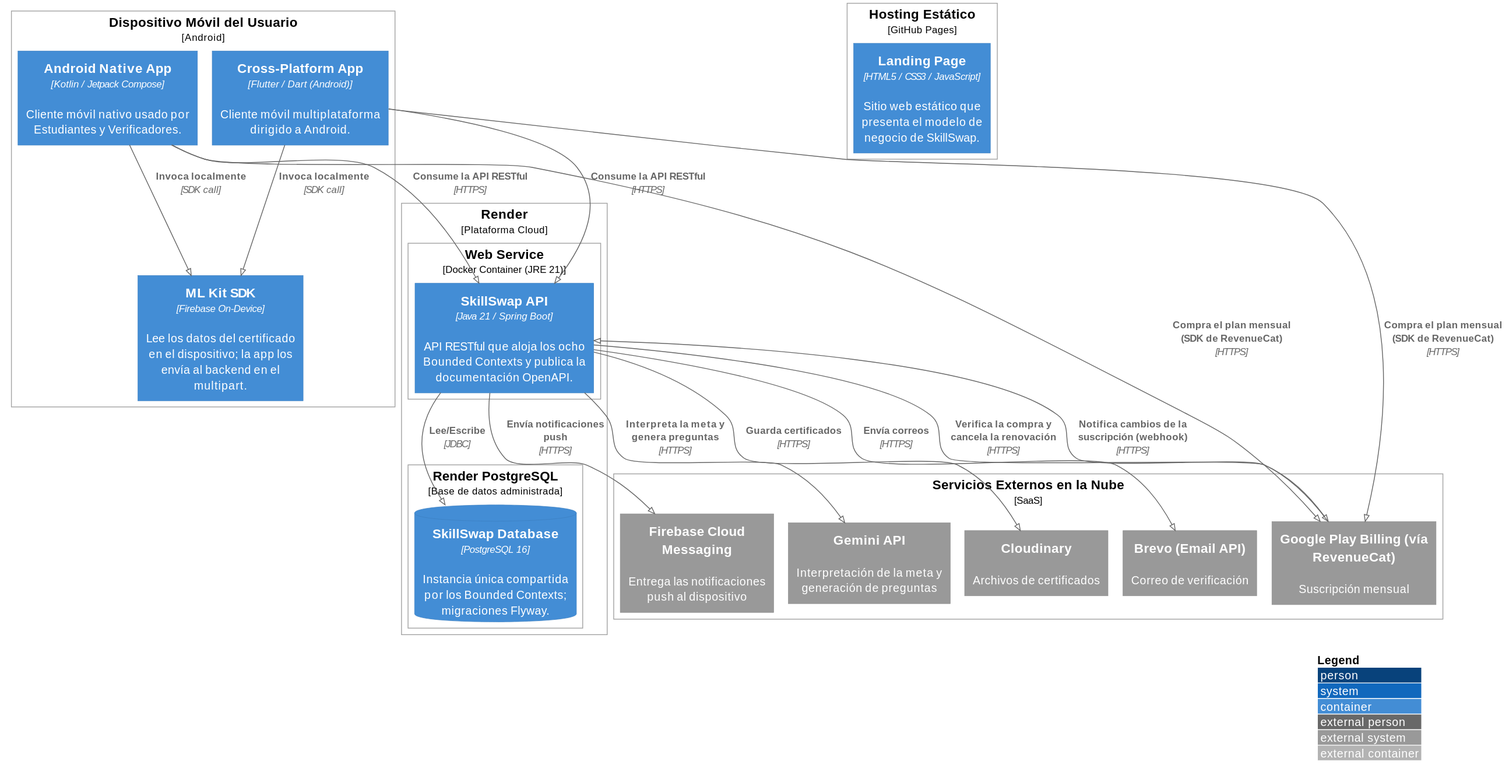
Before: images-doc/SkillSwapDeployment.svg, a diagram exported from PlantUML (Aplicaciones-Dispositivos-Moviles/SkillSwap-ProjectReport).
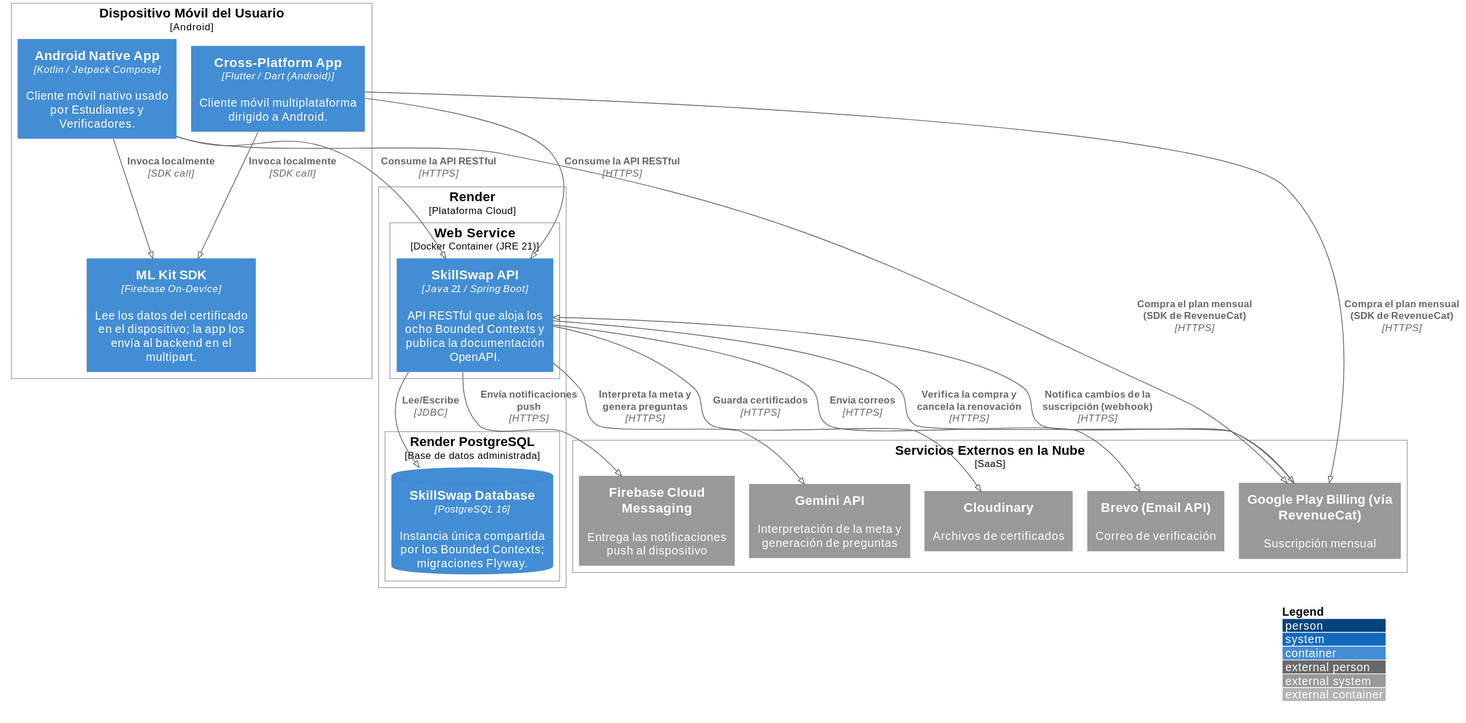
Later version of the same file.

Commit message:
docs(c4): remove landing page from deployment diagram

Diff of the diagram source:
```diff
@@ -8,10 +8,6 @@
     Container(androidApp, "Android Native App", "Kotlin / Jetpack Compose", "Cliente móvil nativo usado por Estudiantes y Verificadores.")
     Container(flutterApp, "Cross-Platform App", "Flutter / Dart (Android)", "Cliente móvil multiplataforma dirigido a Android.")
     Container(mlKitSdk, "ML Kit SDK", "Firebase On-Device", "Lee los datos del certificado en el dispositivo; la app los envía al backend en el multipart.")
-}
-
-Deployment_Node(staticHosting, "Hosting Estático", "GitHub Pages"){
-    Container(landingPage, "Landing Page", "HTML5 / CSS3 / JavaScript", "Sitio web estático que presenta el modelo de negocio de SkillSwap.")
 }
 
 Deployment_Node(cloudPlatform, "Render", "Plataforma Cloud"){
```
